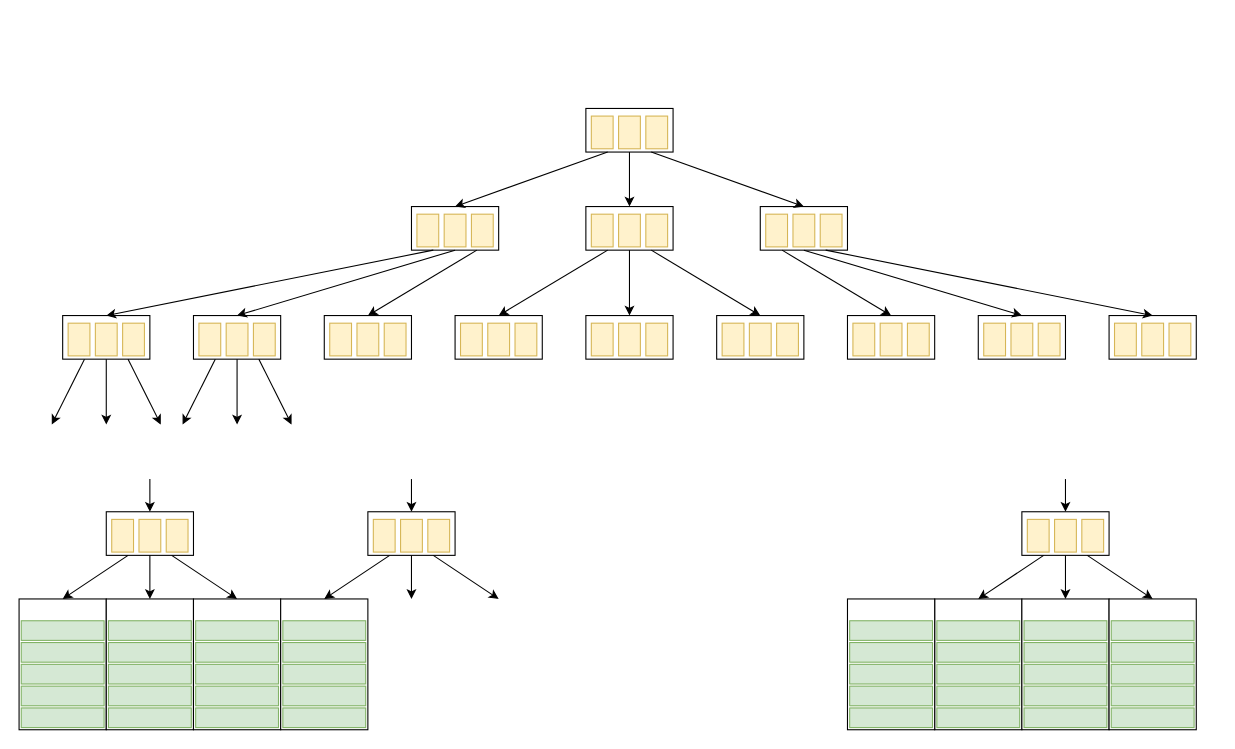
Before: page "B+clus1" (1 of 3) of slides/query_eval.drawio in amcp-pit/db_course, a draw.io diagram. Source tidied: cells renumbered, new cells numbered last; positions are measured from the earlier drawing's top-left corner, leaving out a move shared by most shapes. Both pictures are drawn from the tidied source at 109%, with x=0, y=0 at pixel (19, 108).
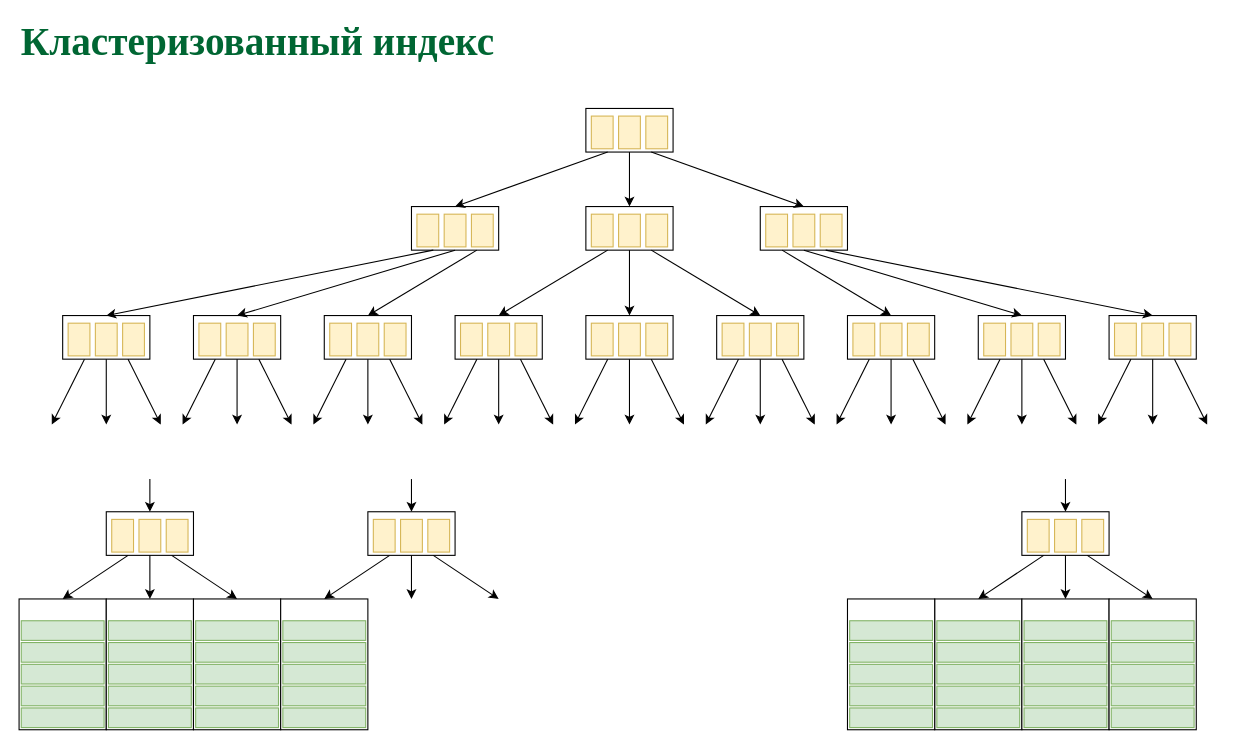
The same diagram, later.

The edit, as a diff of the source:
```diff
@@
+    <mxCell id="144" style="endArrow=classic;html=1;exitX=0.5;exitY=1;exitDx=0;exitDy=0;" parent="1" edge="1">
+      <mxGeometry relative="1" as="geometry">
+        <mxPoint x="320" y="230" as="sourcePoint" />
+        <mxPoint x="320" y="290" as="targetPoint" />
+      </mxGeometry>
+    </mxCell>
+    <mxCell id="145" style="endArrow=classic;html=1;exitX=0.75;exitY=1;exitDx=0;exitDy=0;" parent="1" edge="1">
+      <mxGeometry relative="1" as="geometry">
+        <mxPoint x="340" y="230" as="sourcePoint" />
+        <mxPoint x="370" y="290" as="targetPoint" />
+      </mxGeometry>
+    </mxCell>
+    <mxCell id="146" style="endArrow=classic;html=1;exitX=0.25;exitY=1;exitDx=0;exitDy=0;" parent="1" edge="1">
+      <mxGeometry relative="1" as="geometry">
+        <mxPoint x="300" y="230" as="sourcePoint" />
+        <mxPoint x="270" y="290" as="targetPoint" />
+      </mxGeometry>
+    </mxCell>
+    <mxCell id="147" style="endArrow=classic;html=1;exitX=0.5;exitY=1;exitDx=0;exitDy=0;" parent="1" edge="1">
+      <mxGeometry relative="1" as="geometry">
+        <mxPoint x="440" y="230" as="sourcePoint" />
+        <mxPoint x="440" y="290" as="targetPoint" />
+      </mxGeometry>
+    </mxCell>
+    <mxCell id="148" style="endArrow=classic;html=1;exitX=0.75;exitY=1;exitDx=0;exitDy=0;" parent="1" edge="1">
+      <mxGeometry relative="1" as="geometry">
+        <mxPoint x="460" y="230" as="sourcePoint" />
+        <mxPoint x="490" y="290" as="targetPoint" />
+      </mxGeometry>
+    </mxCell>
+    <mxCell id="149" style="endArrow=classic;html=1;exitX=0.25;exitY=1;exitDx=0;exitDy=0;" parent="1" edge="1">
+      <mxGeometry relative="1" as="geometry">
+        <mxPoint x="420" y="230" as="sourcePoint" />
+        <mxPoint x="390" y="290" as="targetPoint" />
+      </mxGeometry>
+    </mxCell>
+    <mxCell id="150" style="endArrow=classic;html=1;exitX=0.5;exitY=1;exitDx=0;exitDy=0;" parent="1" edge="1">
+      <mxGeometry relative="1" as="geometry">
+        <mxPoint x="560" y="230" as="sourcePoint" />
+        <mxPoint x="560" y="290" as="targetPoint" />
+      </mxGeometry>
+    </mxCell>
+    <mxCell id="151" style="endArrow=classic;html=1;exitX=0.75;exitY=1;exitDx=0;exitDy=0;" parent="1" edge="1">
+      <mxGeometry relative="1" as="geometry">
+        <mxPoint x="580" y="230" as="sourcePoint" />
+        <mxPoint x="610" y="290" as="targetPoint" />
+      </mxGeometry>
+    </mxCell>
+    <mxCell id="152" style="endArrow=classic;html=1;exitX=0.25;exitY=1;exitDx=0;exitDy=0;" parent="1" edge="1">
+      <mxGeometry relative="1" as="geometry">
+        <mxPoint x="540" y="230" as="sourcePoint" />
+        <mxPoint x="510" y="290" as="targetPoint" />
+      </mxGeometry>
+    </mxCell>
+    <mxCell id="153" style="endArrow=classic;html=1;exitX=0.5;exitY=1;exitDx=0;exitDy=0;" parent="1" edge="1">
+      <mxGeometry relative="1" as="geometry">
+        <mxPoint x="680" y="230" as="sourcePoint" />
+        <mxPoint x="680" y="290" as="targetPoint" />
+      </mxGeometry>
+    </mxCell>
+    <mxCell id="154" style="endArrow=classic;html=1;exitX=0.75;exitY=1;exitDx=0;exitDy=0;" parent="1" edge="1">
+      <mxGeometry relative="1" as="geometry">
+        <mxPoint x="700" y="230" as="sourcePoint" />
+        <mxPoint x="730" y="290" as="targetPoint" />
+      </mxGeometry>
+    </mxCell>
+    <mxCell id="155" style="endArrow=classic;html=1;exitX=0.25;exitY=1;exitDx=0;exitDy=0;" parent="1" edge="1">
+      <mxGeometry relative="1" as="geometry">
+        <mxPoint x="660" y="230" as="sourcePoint" />
+        <mxPoint x="630" y="290" as="targetPoint" />
+      </mxGeometry>
+    </mxCell>
+    <mxCell id="156" style="endArrow=classic;html=1;exitX=0.5;exitY=1;exitDx=0;exitDy=0;" parent="1" edge="1">
+      <mxGeometry relative="1" as="geometry">
+        <mxPoint x="800" y="230" as="sourcePoint" />
+        <mxPoint x="800" y="290" as="targetPoint" />
+      </mxGeometry>
+    </mxCell>
+    <mxCell id="157" style="endArrow=classic;html=1;exitX=0.75;exitY=1;exitDx=0;exitDy=0;" parent="1" edge="1">
+      <mxGeometry relative="1" as="geometry">
+        <mxPoint x="820" y="230" as="sourcePoint" />
+        <mxPoint x="850" y="290" as="targetPoint" />
+      </mxGeometry>
+    </mxCell>
+    <mxCell id="158" style="endArrow=classic;html=1;exitX=0.25;exitY=1;exitDx=0;exitDy=0;" parent="1" edge="1">
+      <mxGeometry relative="1" as="geometry">
+        <mxPoint x="780" y="230" as="sourcePoint" />
+        <mxPoint x="750" y="290" as="targetPoint" />
+      </mxGeometry>
+    </mxCell>
+    <mxCell id="159" style="endArrow=classic;html=1;exitX=0.5;exitY=1;exitDx=0;exitDy=0;" parent="1" edge="1">
+      <mxGeometry relative="1" as="geometry">
+        <mxPoint x="920" y="230" as="sourcePoint" />
+        <mxPoint x="920" y="290" as="targetPoint" />
+      </mxGeometry>
+    </mxCell>
+    <mxCell id="160" style="endArrow=classic;html=1;exitX=0.75;exitY=1;exitDx=0;exitDy=0;" parent="1" edge="1">
+      <mxGeometry relative="1" as="geometry">
+        <mxPoint x="940" y="230" as="sourcePoint" />
+        <mxPoint x="970" y="290" as="targetPoint" />
+      </mxGeometry>
+    </mxCell>
+    <mxCell id="161" style="endArrow=classic;html=1;exitX=0.25;exitY=1;exitDx=0;exitDy=0;" parent="1" edge="1">
+      <mxGeometry relative="1" as="geometry">
+        <mxPoint x="900" y="230" as="sourcePoint" />
+        <mxPoint x="870" y="290" as="targetPoint" />
+      </mxGeometry>
+    </mxCell>
+    <mxCell id="162" style="endArrow=classic;html=1;exitX=0.5;exitY=1;exitDx=0;exitDy=0;" parent="1" edge="1">
+      <mxGeometry relative="1" as="geometry">
+        <mxPoint x="1040" y="230" as="sourcePoint" />
+        <mxPoint x="1040" y="290" as="targetPoint" />
+      </mxGeometry>
+    </mxCell>
+    <mxCell id="163" style="endArrow=classic;html=1;exitX=0.75;exitY=1;exitDx=0;exitDy=0;" parent="1" edge="1">
+      <mxGeometry relative="1" as="geometry">
+        <mxPoint x="1060" y="230" as="sourcePoint" />
+        <mxPoint x="1090" y="290" as="targetPoint" />
+      </mxGeometry>
+    </mxCell>
+    <mxCell id="164" style="endArrow=classic;html=1;exitX=0.25;exitY=1;exitDx=0;exitDy=0;" parent="1" edge="1">
+      <mxGeometry relative="1" as="geometry">
+        <mxPoint x="1020" y="230" as="sourcePoint" />
+        <mxPoint x="990" y="290" as="targetPoint" />
+      </mxGeometry>
+    </mxCell>
+    <mxCell id="165" value="&lt;font color=&quot;#006633&quot; face=&quot;garamond&quot;&gt;&lt;span style=&quot;font-size: 36px&quot;&gt;&lt;b&gt;Кластеризованный индекс&lt;/b&gt;&lt;/span&gt;&lt;/font&gt;" style="text;html=1;align=left;verticalAlign=middle;whiteSpace=wrap;rounded=0;" parent="1" vertex="1">
+      <mxGeometry y="-71" width="920" height="20" as="geometry" />
+    </mxCell>
```
